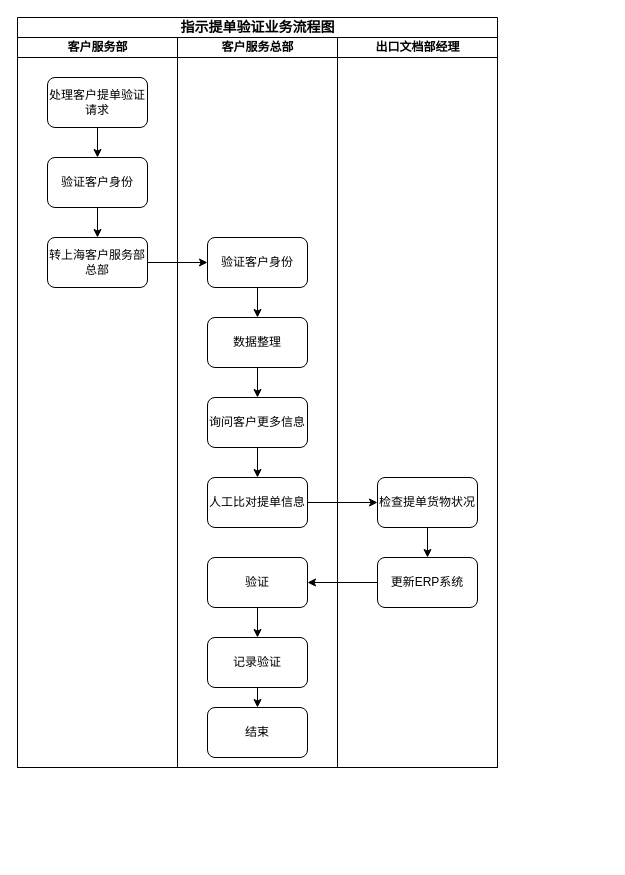
Earlier version of the draw.io diagram 提单验证.drawio (huangdamon/taobao_catch). Source tidied: cells renumbered, new cells numbered last; positions are measured from the earlier drawing's top-left corner, leaving out a move shared by most shapes. Both pictures are drawn from the tidied source at 100%, with x=0, y=0 at pixel (17, 17).
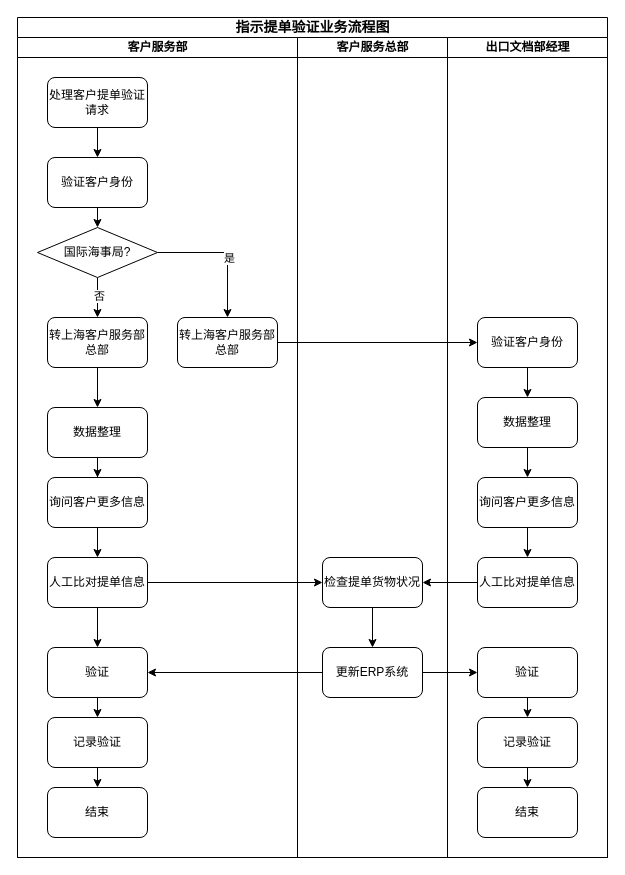
After the change.

The change refers to these unchanged cells:
```xml
<mxCell id="7" value="验证客户身份" style="rounded=1;whiteSpace=wrap;html=1;" parent="3" vertex="1">
  <mxGeometry x="30" y="120" width="100" height="50" as="geometry" />
</mxCell>
```

What changed in the source:
```diff
@@
     <mxCell id="2" value="&lt;font style=&quot;font-size: 14px;&quot;&gt;指示提单验证业务流程图&lt;/font&gt;" style="swimlane;html=1;startSize=20;rounded=0;shadow=0;labelBackgroundColor=none;strokeWidth=1;fontFamily=Verdana;fontSize=8;align=center;" parent="1" vertex="1">
-      <mxGeometry width="480" height="750" as="geometry" />
+      <mxGeometry width="590" height="840" as="geometry" />
     </mxCell>
     <mxCell id="3" value="客户服务部" style="swimlane;html=1;startSize=20;" parent="2" vertex="1">
-      <mxGeometry y="20" width="160" height="730" as="geometry" />
+      <mxGeometry y="20" width="280" height="820" as="geometry" />
     </mxCell>
@@
-    <mxCell id="6" style="edgeStyle=orthogonalEdgeStyle;rounded=0;jettySize=auto;html=1;exitX=0.5;exitY=1;exitDx=0;exitDy=0;entryX=0.5;entryY=0;entryDx=0;entryDy=0;" parent="3" edge="1" source="7" target="8">
-      <mxGeometry relative="1" as="geometry" />
-    </mxCell>
+    <mxCell id="29" style="edgeStyle=orthogonalEdgeStyle;rounded=0;jettySize=auto;html=1;exitX=0.5;exitY=1;exitDx=0;exitDy=0;entryX=0.5;entryY=0;entryDx=0;entryDy=0;" parent="3" edge="1" source="7" target="34">
+      <mxGeometry relative="1" as="geometry" />
+    </mxCell>
@@
     <mxCell id="8" value="转上海客户服务部总部" style="rounded=1;whiteSpace=wrap;html=1;" parent="3" vertex="1">
-      <mxGeometry x="30" y="200" width="100" height="50" as="geometry" />
+      <mxGeometry x="160" y="280" width="100" height="50" as="geometry" />
     </mxCell>
+    <mxCell id="30" style="edgeStyle=orthogonalEdgeStyle;rounded=0;jettySize=auto;html=1;exitX=1;exitY=0.5;exitDx=0;exitDy=0;entryX=0.5;entryY=0;entryDx=0;entryDy=0;" parent="3" edge="1" source="34" target="8">
+      <mxGeometry relative="1" as="geometry" />
+    </mxCell>
+    <mxCell id="31" value="是" style="edgeLabel;html=1;align=center;verticalAlign=middle;" parent="30" vertex="1">
+      <mxGeometry x="0.11" y="1" relative="1" as="geometry" />
+    </mxCell>
+    <mxCell id="32" style="edgeStyle=orthogonalEdgeStyle;rounded=0;jettySize=auto;html=1;exitX=0.5;exitY=1;exitDx=0;exitDy=0;entryX=0.5;entryY=0;entryDx=0;entryDy=0;" parent="3" edge="1" source="34" target="36">
+      <mxGeometry relative="1" as="geometry" />
+    </mxCell>
+    <mxCell id="33" value="否" style="edgeLabel;html=1;align=center;verticalAlign=middle;" parent="32" vertex="1">
+      <mxGeometry x="-0.08" y="1" relative="1" as="geometry" />
+    </mxCell>
+    <mxCell id="34" value="国际海事局?" style="rhombus;whiteSpace=wrap;html=1;" parent="3" vertex="1">
+      <mxGeometry x="20" y="190" width="120" height="50" as="geometry" />
+    </mxCell>
+    <mxCell id="35" style="edgeStyle=orthogonalEdgeStyle;rounded=0;jettySize=auto;html=1;exitX=0.5;exitY=1;exitDx=0;exitDy=0;entryX=0.5;entryY=0;entryDx=0;entryDy=0;" parent="3" edge="1" source="36" target="47">
+      <mxGeometry relative="1" as="geometry" />
+    </mxCell>
+    <mxCell id="36" value="转上海客户服务部总部" style="rounded=1;whiteSpace=wrap;html=1;" parent="3" vertex="1">
+      <mxGeometry x="30" y="280" width="100" height="50" as="geometry" />
+    </mxCell>
+    <mxCell id="37" value="询问客户更多信息" style="rounded=1;whiteSpace=wrap;html=1;" parent="3" vertex="1">
+      <mxGeometry x="30" y="440" width="100" height="50" as="geometry" />
+    </mxCell>
+    <mxCell id="38" style="edgeStyle=orthogonalEdgeStyle;rounded=0;jettySize=auto;html=1;exitX=0.5;exitY=1;exitDx=0;exitDy=0;entryX=0.5;entryY=0;entryDx=0;entryDy=0;" parent="3" edge="1" source="39" target="41">
+      <mxGeometry relative="1" as="geometry" />
+    </mxCell>
+    <mxCell id="39" value="人工比对提单信息" style="rounded=1;whiteSpace=wrap;html=1;" parent="3" vertex="1">
+      <mxGeometry x="30" y="520" width="100" height="50" as="geometry" />
+    </mxCell>
+    <mxCell id="40" style="edgeStyle=orthogonalEdgeStyle;rounded=0;jettySize=auto;html=1;exitX=0.5;exitY=1;exitDx=0;exitDy=0;entryX=0.5;entryY=0;entryDx=0;entryDy=0;" parent="3" edge="1" source="37" target="39">
+      <mxGeometry relative="1" as="geometry" />
+    </mxCell>
+    <mxCell id="41" value="验证" style="rounded=1;whiteSpace=wrap;html=1;" parent="3" vertex="1">
+      <mxGeometry x="30" y="610" width="100" height="50" as="geometry" />
+    </mxCell>
+    <mxCell id="42" value="记录验证" style="rounded=1;whiteSpace=wrap;html=1;" parent="3" vertex="1">
+      <mxGeometry x="30" y="680" width="100" height="50" as="geometry" />
+    </mxCell>
+    <mxCell id="43" style="edgeStyle=orthogonalEdgeStyle;rounded=0;jettySize=auto;html=1;exitX=0.5;exitY=1;exitDx=0;exitDy=0;entryX=0.5;entryY=0;entryDx=0;entryDy=0;" parent="3" edge="1" source="41" target="42">
+      <mxGeometry relative="1" as="geometry" />
+    </mxCell>
+    <mxCell id="44" value="结束" style="rounded=1;whiteSpace=wrap;html=1;" parent="3" vertex="1">
+      <mxGeometry x="30" y="750" width="100" height="50" as="geometry" />
+    </mxCell>
+    <mxCell id="45" style="edgeStyle=orthogonalEdgeStyle;rounded=0;jettySize=auto;html=1;exitX=0.5;exitY=1;exitDx=0;exitDy=0;entryX=0.5;entryY=0;entryDx=0;entryDy=0;" parent="3" edge="1" source="42" target="44">
+      <mxGeometry relative="1" as="geometry" />
+    </mxCell>
+    <mxCell id="46" style="edgeStyle=orthogonalEdgeStyle;rounded=0;jettySize=auto;html=1;exitX=0.5;exitY=1;exitDx=0;exitDy=0;" parent="3" edge="1" source="47" target="37">
+      <mxGeometry relative="1" as="geometry" />
+    </mxCell>
+    <mxCell id="47" value="数据整理" style="rounded=1;whiteSpace=wrap;html=1;" parent="3" vertex="1">
+      <mxGeometry x="30" y="370" width="100" height="50" as="geometry" />
+    </mxCell>
     <mxCell id="9" value="客户服务总部" style="swimlane;html=1;startSize=20;" parent="2" vertex="1">
-      <mxGeometry x="160" y="20" width="160" height="730" as="geometry" />
+      <mxGeometry x="280" y="20" width="150" height="820" as="geometry" />
     </mxCell>
-    <mxCell id="10" style="edgeStyle=orthogonalEdgeStyle;rounded=0;jettySize=auto;html=1;exitX=0.5;exitY=1;exitDx=0;exitDy=0;entryX=0.5;entryY=0;entryDx=0;entryDy=0;" parent="9" edge="1" source="11" target="13">
-      <mxGeometry relative="1" as="geometry" />
-    </mxCell>
-    <mxCell id="11" value="验证客户身份" style="rounded=1;whiteSpace=wrap;html=1;" parent="9" vertex="1">
-      <mxGeometry x="30" y="200" width="100" height="50" as="geometry" />
-    </mxCell>
-    <mxCell id="12" style="edgeStyle=orthogonalEdgeStyle;rounded=0;jettySize=auto;html=1;exitX=0.5;exitY=1;exitDx=0;exitDy=0;entryX=0.5;entryY=0;entryDx=0;entryDy=0;" parent="9" edge="1" source="13" target="15">
-      <mxGeometry relative="1" as="geometry" />
-    </mxCell>
-    <mxCell id="13" value="数据整理" style="rounded=1;whiteSpace=wrap;html=1;" parent="9" vertex="1">
-      <mxGeometry x="30" y="280" width="100" height="50" as="geometry" />
-    </mxCell>
-    <mxCell id="14" style="edgeStyle=orthogonalEdgeStyle;rounded=0;jettySize=auto;html=1;exitX=0.5;exitY=1;exitDx=0;exitDy=0;entryX=0.5;entryY=0;entryDx=0;entryDy=0;" parent="9" edge="1" source="15" target="16">
-      <mxGeometry relative="1" as="geometry" />
-    </mxCell>
-    <mxCell id="15" value="询问客户更多信息" style="rounded=1;whiteSpace=wrap;html=1;" parent="9" vertex="1">
-      <mxGeometry x="30" y="360" width="100" height="50" as="geometry" />
-    </mxCell>
-    <mxCell id="16" value="人工比对提单信息" style="rounded=1;whiteSpace=wrap;html=1;" parent="9" vertex="1">
-      <mxGeometry x="30" y="440" width="100" height="50" as="geometry" />
-    </mxCell>
-    <mxCell id="17" style="edgeStyle=orthogonalEdgeStyle;rounded=0;jettySize=auto;html=1;exitX=0.5;exitY=1;exitDx=0;exitDy=0;entryX=0.5;entryY=0;entryDx=0;entryDy=0;" parent="9" edge="1" source="18" target="20">
-      <mxGeometry relative="1" as="geometry" />
-    </mxCell>
-    <mxCell id="18" value="验证" style="rounded=1;whiteSpace=wrap;html=1;" parent="9" vertex="1">
-      <mxGeometry x="30" y="520" width="100" height="50" as="geometry" />
-    </mxCell>
-    <mxCell id="19" style="edgeStyle=orthogonalEdgeStyle;rounded=0;jettySize=auto;html=1;exitX=0.5;exitY=1;exitDx=0;exitDy=0;entryX=0.5;entryY=0;entryDx=0;entryDy=0;" parent="9" edge="1" source="20" target="21">
-      <mxGeometry relative="1" as="geometry" />
-    </mxCell>
-    <mxCell id="20" value="记录验证" style="rounded=1;whiteSpace=wrap;html=1;" parent="9" vertex="1">
-      <mxGeometry x="30" y="600" width="100" height="50" as="geometry" />
-    </mxCell>
-    <mxCell id="21" value="结束" style="rounded=1;whiteSpace=wrap;html=1;" parent="9" vertex="1">
-      <mxGeometry x="30" y="670" width="100" height="50" as="geometry" />
-    </mxCell>
-    <mxCell id="22" value="出口文档部经理" style="swimlane;html=1;startSize=20;" parent="2" vertex="1">
-      <mxGeometry x="320" y="20" width="160" height="730" as="geometry" />
-    </mxCell>
-    <mxCell id="23" style="edgeStyle=orthogonalEdgeStyle;rounded=0;jettySize=auto;html=1;exitX=0.5;exitY=1;exitDx=0;exitDy=0;entryX=0.5;entryY=0;entryDx=0;entryDy=0;" parent="22" edge="1" source="24" target="25">
-      <mxGeometry relative="1" as="geometry" />
-    </mxCell>
-    <mxCell id="24" value="检查提单货物状况" style="rounded=1;whiteSpace=wrap;html=1;" parent="22" vertex="1">
-      <mxGeometry x="40" y="440" width="100" height="50" as="geometry" />
+    <mxCell id="24" value="检查提单货物状况" style="rounded=1;whiteSpace=wrap;html=1;" parent="9" vertex="1">
+      <mxGeometry x="25" y="520" width="100" height="50" as="geometry" />
     </mxCell>
-    <mxCell id="25" value="更新ERP系统" style="rounded=1;whiteSpace=wrap;html=1;" parent="22" vertex="1">
-      <mxGeometry x="40" y="520" width="100" height="50" as="geometry" />
+    <mxCell id="25" value="更新ERP系统" style="rounded=1;whiteSpace=wrap;html=1;" parent="9" vertex="1">
+      <mxGeometry x="25" y="610" width="100" height="50" as="geometry" />
     </mxCell>
+    <mxCell id="23" style="edgeStyle=orthogonalEdgeStyle;rounded=0;jettySize=auto;html=1;exitX=0.5;exitY=1;exitDx=0;exitDy=0;entryX=0.5;entryY=0;entryDx=0;entryDy=0;" parent="9" edge="1" source="24" target="25">
+      <mxGeometry relative="1" as="geometry" />
+    </mxCell>
@@
+    <mxCell id="22" value="出口文档部经理" style="swimlane;html=1;startSize=20;" parent="2" vertex="1">
+      <mxGeometry x="430" y="20" width="160" height="820" as="geometry" />
+    </mxCell>
+    <mxCell id="11" value="验证客户身份" style="rounded=1;whiteSpace=wrap;html=1;" parent="22" vertex="1">
+      <mxGeometry x="30" y="280" width="100" height="50" as="geometry" />
+    </mxCell>
+    <mxCell id="13" value="数据整理" style="rounded=1;whiteSpace=wrap;html=1;" parent="22" vertex="1">
+      <mxGeometry x="30" y="360" width="100" height="50" as="geometry" />
+    </mxCell>
+    <mxCell id="10" style="edgeStyle=orthogonalEdgeStyle;rounded=0;jettySize=auto;html=1;exitX=0.5;exitY=1;exitDx=0;exitDy=0;entryX=0.5;entryY=0;entryDx=0;entryDy=0;" parent="22" edge="1" source="11" target="13">
+      <mxGeometry relative="1" as="geometry" />
+    </mxCell>
+    <mxCell id="15" value="询问客户更多信息" style="rounded=1;whiteSpace=wrap;html=1;" parent="22" vertex="1">
+      <mxGeometry x="30" y="440" width="100" height="50" as="geometry" />
+    </mxCell>
+    <mxCell id="12" style="edgeStyle=orthogonalEdgeStyle;rounded=0;jettySize=auto;html=1;exitX=0.5;exitY=1;exitDx=0;exitDy=0;entryX=0.5;entryY=0;entryDx=0;entryDy=0;" parent="22" edge="1" source="13" target="15">
+      <mxGeometry relative="1" as="geometry" />
+    </mxCell>
+    <mxCell id="16" value="人工比对提单信息" style="rounded=1;whiteSpace=wrap;html=1;" parent="22" vertex="1">
+      <mxGeometry x="30" y="520" width="100" height="50" as="geometry" />
+    </mxCell>
+    <mxCell id="20" value="记录验证" style="rounded=1;whiteSpace=wrap;html=1;" parent="22" vertex="1">
+      <mxGeometry x="30" y="680" width="100" height="50" as="geometry" />
+    </mxCell>
+    <mxCell id="14" style="edgeStyle=orthogonalEdgeStyle;rounded=0;jettySize=auto;html=1;exitX=0.5;exitY=1;exitDx=0;exitDy=0;entryX=0.5;entryY=0;entryDx=0;entryDy=0;" parent="22" edge="1" source="15" target="16">
+      <mxGeometry relative="1" as="geometry" />
+    </mxCell>
+    <mxCell id="21" value="结束" style="rounded=1;whiteSpace=wrap;html=1;" parent="22" vertex="1">
+      <mxGeometry x="30" y="750" width="100" height="50" as="geometry" />
+    </mxCell>
+    <mxCell id="19" style="edgeStyle=orthogonalEdgeStyle;rounded=0;jettySize=auto;html=1;exitX=0.5;exitY=1;exitDx=0;exitDy=0;entryX=0.5;entryY=0;entryDx=0;entryDy=0;" parent="22" edge="1" source="20" target="21">
+      <mxGeometry relative="1" as="geometry" />
+    </mxCell>
+    <mxCell id="18" value="验证" style="rounded=1;whiteSpace=wrap;html=1;" parent="22" vertex="1">
+      <mxGeometry x="30" y="610" width="100" height="50" as="geometry" />
+    </mxCell>
+    <mxCell id="17" style="edgeStyle=orthogonalEdgeStyle;rounded=0;jettySize=auto;html=1;exitX=0.5;exitY=1;exitDx=0;exitDy=0;entryX=0.5;entryY=0;entryDx=0;entryDy=0;" parent="22" edge="1" source="18" target="20">
+      <mxGeometry relative="1" as="geometry" />
+    </mxCell>
+    <mxCell id="48" style="edgeStyle=orthogonalEdgeStyle;rounded=0;jettySize=auto;html=1;exitX=1;exitY=0.5;exitDx=0;exitDy=0;entryX=0;entryY=0.5;entryDx=0;entryDy=0;" parent="2" edge="1" source="39" target="24">
+      <mxGeometry relative="1" as="geometry" />
+    </mxCell>
-    <mxCell id="27" style="edgeStyle=orthogonalEdgeStyle;rounded=0;jettySize=auto;html=1;exitX=1;exitY=0.5;exitDx=0;exitDy=0;entryX=0;entryY=0.5;entryDx=0;entryDy=0;" parent="2" edge="1" source="16" target="24">
+    <mxCell id="27" style="edgeStyle=orthogonalEdgeStyle;rounded=0;jettySize=auto;html=1;exitX=0;exitY=0.5;exitDx=0;exitDy=0;entryX=1;entryY=0.5;entryDx=0;entryDy=0;" parent="2" edge="1" source="16" target="24">
       <mxGeometry relative="1" as="geometry" />
     </mxCell>
-    <mxCell id="28" style="edgeStyle=orthogonalEdgeStyle;rounded=0;jettySize=auto;html=1;exitX=0;exitY=0.5;exitDx=0;exitDy=0;entryX=1;entryY=0.5;entryDx=0;entryDy=0;" parent="2" edge="1" source="25" target="18">
+    <mxCell id="28" style="edgeStyle=orthogonalEdgeStyle;rounded=0;jettySize=auto;html=1;exitX=1;exitY=0.5;exitDx=0;exitDy=0;entryX=0;entryY=0.5;entryDx=0;entryDy=0;" parent="2" edge="1" source="25" target="18">
       <mxGeometry relative="1" as="geometry" />
     </mxCell>
+    <mxCell id="49" style="edgeStyle=orthogonalEdgeStyle;rounded=0;jettySize=auto;html=1;exitX=0;exitY=0.5;exitDx=0;exitDy=0;entryX=1;entryY=0.5;entryDx=0;entryDy=0;" parent="2" edge="1" source="25" target="41">
+      <mxGeometry relative="1" as="geometry" />
+    </mxCell>
```
